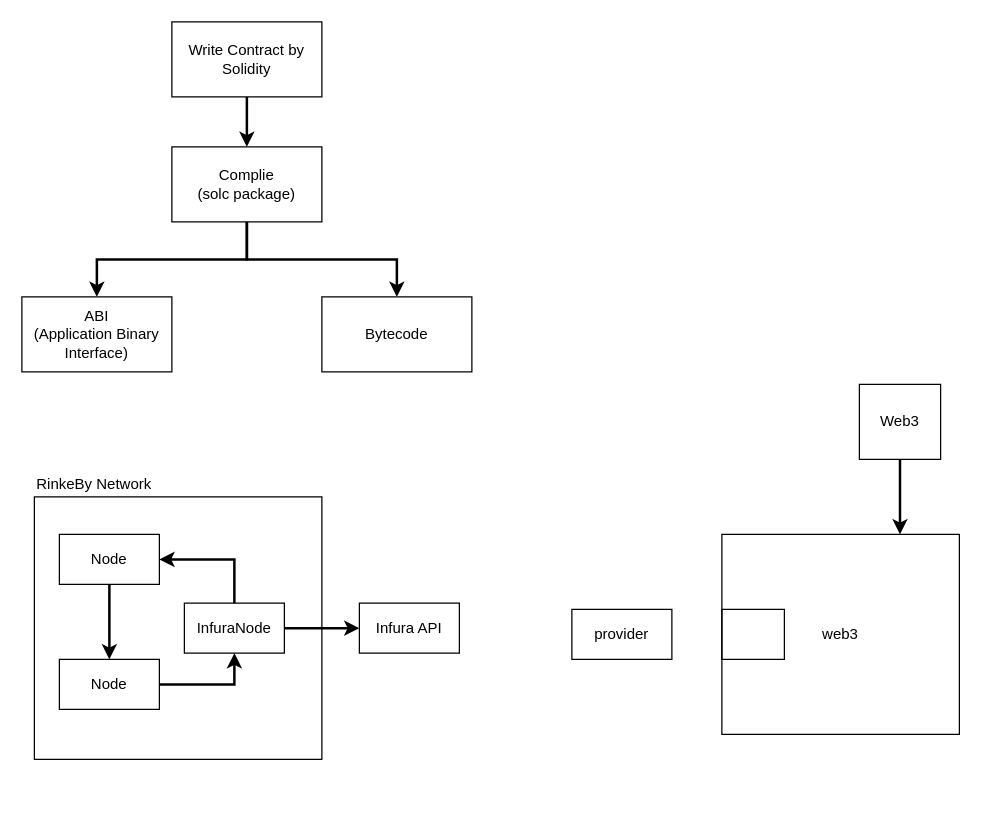
Earlier version of the draw.io diagram Ethereumflow.drawio (unhang/ethereum). Source tidied: cells renumbered, new cells numbered last; positions are measured from the earlier drawing's top-left corner, leaving out a move shared by most shapes. Both pictures are drawn from the tidied source at 125%, with x=0, y=0 at pixel (21, 21).
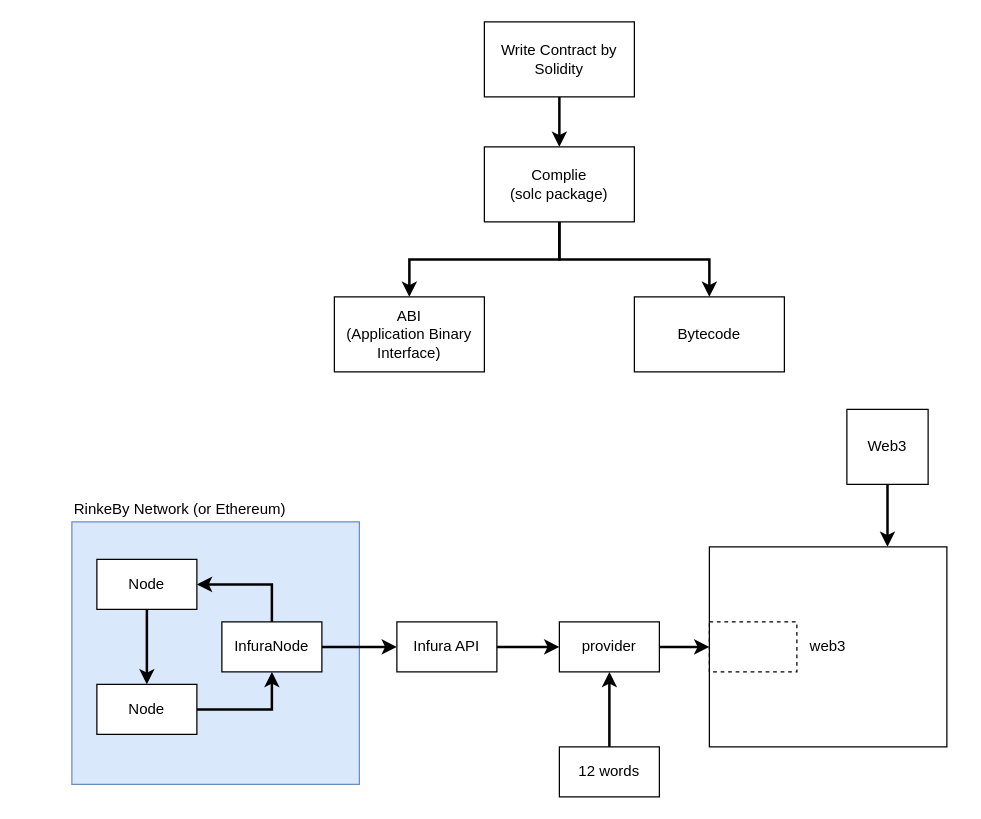
The same page after the edit.

Diff of the diagram source:
```diff
@@
     <mxCell id="4" value="Write Contract by Solidity" style="rounded=0;whiteSpace=wrap;html=1;" parent="1" vertex="1">
-      <mxGeometry x="120" width="120" height="60" as="geometry" />
+      <mxGeometry x="370" width="120" height="60" as="geometry" />
     </mxCell>
@@
     <mxCell id="6" value="Complie&lt;br&gt;(solc package)" style="rounded=0;whiteSpace=wrap;html=1;" parent="1" vertex="1">
-      <mxGeometry x="120" y="100" width="120" height="60" as="geometry" />
+      <mxGeometry x="370" y="100" width="120" height="60" as="geometry" />
     </mxCell>
     <mxCell id="7" value="ABI&lt;br&gt;(Application Binary Interface)" style="rounded=0;whiteSpace=wrap;html=1;" parent="1" vertex="1">
-      <mxGeometry y="220" width="120" height="60" as="geometry" />
+      <mxGeometry x="250" y="220" width="120" height="60" as="geometry" />
     </mxCell>
     <mxCell id="8" value="Bytecode" style="rounded=0;whiteSpace=wrap;html=1;" parent="1" vertex="1">
-      <mxGeometry x="240" y="220" width="120" height="60" as="geometry" />
+      <mxGeometry x="490" y="220" width="120" height="60" as="geometry" />
     </mxCell>
@@
     <mxCell id="10" value="Web3" style="rounded=0;whiteSpace=wrap;html=1;" parent="1" vertex="1">
-      <mxGeometry x="670" y="290" width="65" height="60" as="geometry" />
+      <mxGeometry x="660" y="310" width="65" height="60" as="geometry" />
     </mxCell>
-    <mxCell id="11" value="web3" style="rounded=0;whiteSpace=wrap;html=1;" parent="1" vertex="1">
-      <mxGeometry x="560" y="410" width="190" height="160" as="geometry" />
-    </mxCell>
-    <mxCell id="12" style="rounded=0;whiteSpace=wrap;html=1;fillColor=none;" parent="1" vertex="1">
-      <mxGeometry x="10" y="380" width="230" height="210" as="geometry" />
+    <mxCell id="12" style="rounded=0;whiteSpace=wrap;html=1;fillColor=#dae8fc;strokeColor=#6c8ebf;" parent="1" vertex="1">
+      <mxGeometry x="40" y="400" width="230" height="210" as="geometry" />
     </mxCell>
@@
-    <mxCell id="14" value="Node" style="rounded=0;whiteSpace=wrap;html=1;strokeWidth=1;fillColor=none;" parent="1" vertex="1">
-      <mxGeometry x="30" y="410" width="80" height="40" as="geometry" />
+    <mxCell id="14" value="Node" style="rounded=0;whiteSpace=wrap;html=1;strokeWidth=1;" parent="1" vertex="1">
+      <mxGeometry x="60" y="430" width="80" height="40" as="geometry" />
     </mxCell>
@@
-    <mxCell id="16" value="Node" style="rounded=0;whiteSpace=wrap;html=1;strokeWidth=1;fillColor=none;" parent="1" vertex="1">
-      <mxGeometry x="30" y="510" width="80" height="40" as="geometry" />
+    <mxCell id="16" value="Node" style="rounded=0;whiteSpace=wrap;html=1;strokeWidth=1;" parent="1" vertex="1">
+      <mxGeometry x="60" y="530" width="80" height="40" as="geometry" />
     </mxCell>
@@
-    <mxCell id="19" value="InfuraNode" style="rounded=0;whiteSpace=wrap;html=1;strokeWidth=1;fillColor=none;" parent="1" vertex="1">
-      <mxGeometry x="130" y="465" width="80" height="40" as="geometry" />
+    <mxCell id="19" value="InfuraNode" style="rounded=0;whiteSpace=wrap;html=1;strokeWidth=1;" parent="1" vertex="1">
+      <mxGeometry x="160" y="480" width="80" height="40" as="geometry" />
     </mxCell>
-    <mxCell id="20" value="RinkeBy Network" style="rounded=0;whiteSpace=wrap;html=1;strokeWidth=1;fillColor=none;strokeColor=none;align=left;" parent="1" vertex="1">
-      <mxGeometry x="10" y="360" width="130" height="20" as="geometry" />
+    <mxCell id="20" value="RinkeBy Network (or Ethereum)" style="rounded=0;whiteSpace=wrap;html=1;strokeWidth=1;fillColor=none;strokeColor=none;align=left;" parent="1" vertex="1">
+      <mxGeometry x="40" y="380" width="180" height="20" as="geometry" />
     </mxCell>
+    <mxCell id="24" style="edgeStyle=orthogonalEdgeStyle;rounded=0;jettySize=auto;html=1;exitX=1;exitY=0.5;exitDx=0;exitDy=0;entryX=0;entryY=0.5;entryDx=0;entryDy=0;strokeWidth=2;" parent="1" edge="1" source="21" target="23">
+      <mxGeometry relative="1" as="geometry" />
+    </mxCell>
-    <mxCell id="21" value="Infura API" style="rounded=0;whiteSpace=wrap;html=1;strokeWidth=1;fillColor=none;" parent="1" vertex="1">
-      <mxGeometry x="270" y="465" width="80" height="40" as="geometry" />
+    <mxCell id="21" value="Infura API" style="rounded=0;whiteSpace=wrap;html=1;strokeWidth=1;" parent="1" vertex="1">
+      <mxGeometry x="300" y="480" width="80" height="40" as="geometry" />
     </mxCell>
+    <mxCell id="25" style="group;dashed=1;" parent="1" vertex="1">
+      <mxGeometry x="550" y="420" width="190" height="160" as="geometry" />
+    </mxCell>
+    <mxCell id="11" value="web3" style="rounded=0;whiteSpace=wrap;html=1;align=center;" parent="25" vertex="1">
+      <mxGeometry width="190" height="160" as="geometry" />
+    </mxCell>
-    <mxCell id="22" style="rounded=0;whiteSpace=wrap;html=1;strokeWidth=1;fillColor=none;" parent="1" vertex="1">
-      <mxGeometry x="560" y="470" width="50" height="40" as="geometry" />
+    <mxCell id="22" style="rounded=0;whiteSpace=wrap;html=1;strokeWidth=1;fillColor=none;dashed=1;" parent="25" vertex="1">
+      <mxGeometry y="60" width="70" height="40" as="geometry" />
     </mxCell>
+    <mxCell id="26" style="edgeStyle=orthogonalEdgeStyle;rounded=0;jettySize=auto;html=1;exitX=0.5;exitY=0;exitDx=0;exitDy=0;entryX=0.5;entryY=1;entryDx=0;entryDy=0;strokeWidth=2;" parent="1" edge="1" source="27" target="23">
+      <mxGeometry relative="1" as="geometry" />
+    </mxCell>
+    <mxCell id="27" value="12 words" style="rounded=0;whiteSpace=wrap;html=1;strokeWidth=1;" parent="1" vertex="1">
+      <mxGeometry x="430" y="580" width="80" height="40" as="geometry" />
+    </mxCell>
-    <mxCell id="23" value="provider" style="rounded=0;whiteSpace=wrap;html=1;strokeWidth=1;fillColor=none;" parent="1" vertex="1">
-      <mxGeometry x="440" y="470" width="80" height="40" as="geometry" />
+    <mxCell id="23" value="provider" style="rounded=0;whiteSpace=wrap;html=1;strokeWidth=1;" parent="1" vertex="1">
+      <mxGeometry x="430" y="480" width="80" height="40" as="geometry" />
     </mxCell>
+    <mxCell id="28" style="edgeStyle=orthogonalEdgeStyle;rounded=0;jettySize=auto;html=1;exitX=1;exitY=0.5;exitDx=0;exitDy=0;entryX=0;entryY=0.5;entryDx=0;entryDy=0;strokeWidth=2;" parent="1" edge="1" source="23" target="22">
+      <mxGeometry relative="1" as="geometry" />
+    </mxCell>
```
